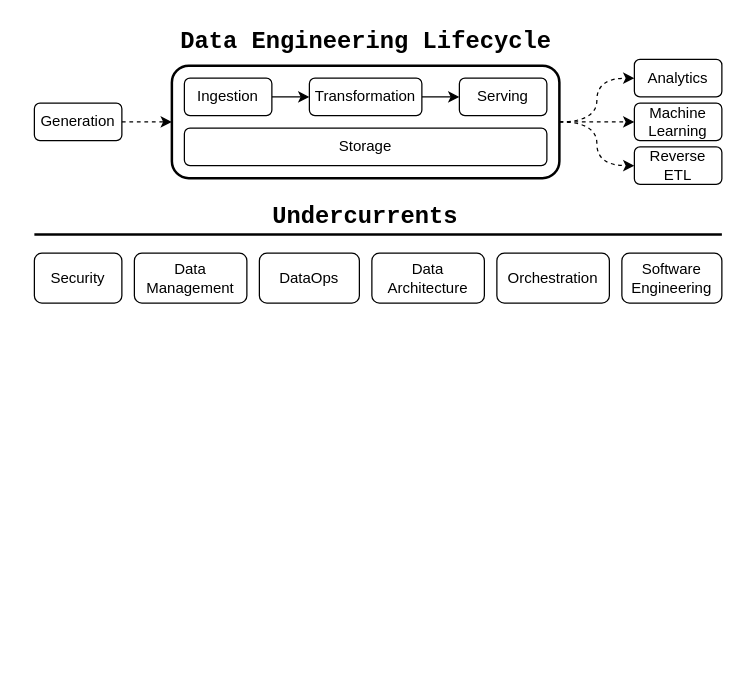
Above: assets/diagrams/dae-common.drawio in ddeutils/ddedocs (draw.io), before the change. Source tidied: cells renumbered, new cells numbered last; positions are measured from the earlier drawing's top-left corner, leaving out a move shared by most shapes. Both pictures are drawn from the tidied source at 125%, with x=0, y=0 at pixel (34, 21).
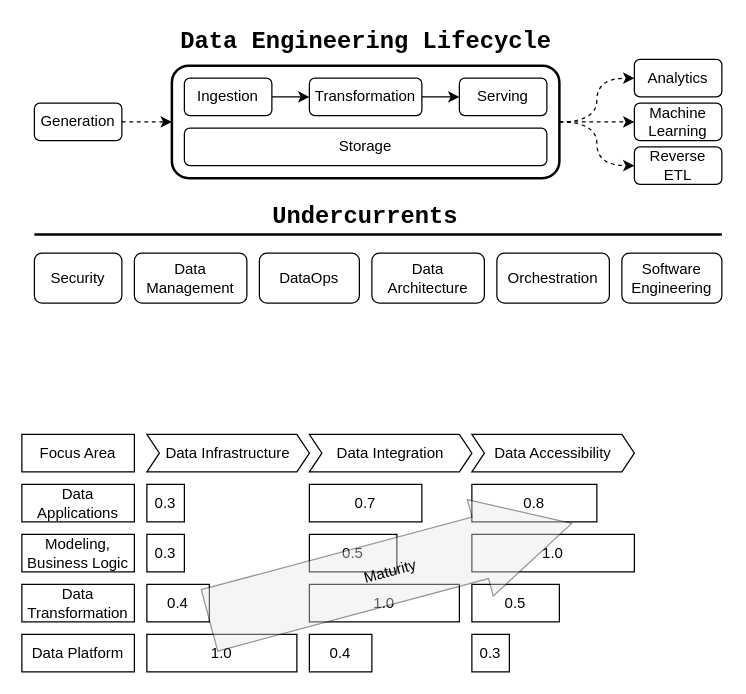
Above is the later version.

What changed in the source:
```diff
@@
+    <mxCell id="26" value="Data Infrastructure" style="shape=step;perimeter=stepPerimeter;whiteSpace=wrap;html=1;fixedSize=1;size=10;" parent="1" vertex="1">
+      <mxGeometry x="90" y="330" width="130" height="30" as="geometry" />
+    </mxCell>
+    <mxCell id="27" value="Focus Area" style="rounded=0;whiteSpace=wrap;html=1;fillColor=default;" parent="1" vertex="1">
+      <mxGeometry x="-10" y="330" width="90" height="30" as="geometry" />
+    </mxCell>
+    <mxCell id="28" value="Data Integration" style="shape=step;perimeter=stepPerimeter;whiteSpace=wrap;html=1;fixedSize=1;size=10;" parent="1" vertex="1">
+      <mxGeometry x="220" y="330" width="130" height="30" as="geometry" />
+    </mxCell>
+    <mxCell id="29" value="Data Accessibility" style="shape=step;perimeter=stepPerimeter;whiteSpace=wrap;html=1;fixedSize=1;size=10;" parent="1" vertex="1">
+      <mxGeometry x="350" y="330" width="130" height="30" as="geometry" />
+    </mxCell>
+    <mxCell id="30" value="Data Applications" style="rounded=0;whiteSpace=wrap;html=1;" parent="1" vertex="1">
+      <mxGeometry x="-10" y="370" width="90" height="30" as="geometry" />
+    </mxCell>
+    <mxCell id="31" value="Modeling, Business Logic" style="rounded=0;whiteSpace=wrap;html=1;" parent="1" vertex="1">
+      <mxGeometry x="-10" y="410" width="90" height="30" as="geometry" />
+    </mxCell>
+    <mxCell id="32" value="Data Transformation" style="rounded=0;whiteSpace=wrap;html=1;" parent="1" vertex="1">
+      <mxGeometry x="-10" y="450" width="90" height="30" as="geometry" />
+    </mxCell>
+    <mxCell id="33" value="Data Platform" style="rounded=0;whiteSpace=wrap;html=1;" parent="1" vertex="1">
+      <mxGeometry x="-10" y="490" width="90" height="30" as="geometry" />
+    </mxCell>
+    <mxCell id="34" value="0.3" style="rounded=0;whiteSpace=wrap;html=1;" parent="1" vertex="1">
+      <mxGeometry x="90" y="370" width="30" height="30" as="geometry" />
+    </mxCell>
+    <mxCell id="35" value="0.3" style="rounded=0;whiteSpace=wrap;html=1;" parent="1" vertex="1">
+      <mxGeometry x="90" y="410" width="30" height="30" as="geometry" />
+    </mxCell>
+    <mxCell id="36" value="0.4" style="rounded=0;whiteSpace=wrap;html=1;" parent="1" vertex="1">
+      <mxGeometry x="90" y="450" width="50" height="30" as="geometry" />
+    </mxCell>
+    <mxCell id="37" value="1.0" style="rounded=0;whiteSpace=wrap;html=1;" parent="1" vertex="1">
+      <mxGeometry x="90" y="490" width="120" height="30" as="geometry" />
+    </mxCell>
+    <mxCell id="38" value="0.7" style="rounded=0;whiteSpace=wrap;html=1;" parent="1" vertex="1">
+      <mxGeometry x="220" y="370" width="90" height="30" as="geometry" />
+    </mxCell>
+    <mxCell id="39" value="0.5" style="rounded=0;whiteSpace=wrap;html=1;" parent="1" vertex="1">
+      <mxGeometry x="220" y="410" width="70" height="30" as="geometry" />
+    </mxCell>
+    <mxCell id="40" value="1.0" style="rounded=0;whiteSpace=wrap;html=1;" parent="1" vertex="1">
+      <mxGeometry x="220" y="450" width="120" height="30" as="geometry" />
+    </mxCell>
+    <mxCell id="41" value="0.4" style="rounded=0;whiteSpace=wrap;html=1;" parent="1" vertex="1">
+      <mxGeometry x="220" y="490" width="50" height="30" as="geometry" />
+    </mxCell>
+    <mxCell id="42" value="0.8" style="rounded=0;whiteSpace=wrap;html=1;" parent="1" vertex="1">
+      <mxGeometry x="350" y="370" width="100" height="30" as="geometry" />
+    </mxCell>
+    <mxCell id="43" value="1.0" style="rounded=0;whiteSpace=wrap;html=1;" parent="1" vertex="1">
+      <mxGeometry x="350" y="410" width="130" height="30" as="geometry" />
+    </mxCell>
+    <mxCell id="44" value="0.5" style="rounded=0;whiteSpace=wrap;html=1;" parent="1" vertex="1">
+      <mxGeometry x="350" y="450" width="70" height="30" as="geometry" />
+    </mxCell>
+    <mxCell id="45" value="0.3" style="rounded=0;whiteSpace=wrap;html=1;" parent="1" vertex="1">
+      <mxGeometry x="350" y="490" width="30" height="30" as="geometry" />
+    </mxCell>
+    <mxCell id="46" value="Maturity" style="shape=singleArrow;whiteSpace=wrap;html=1;rotation=-15;arrowWidth=0.6362938816373471;arrowSize=0.2525101403077794;opacity=40;fillColor=#E6E6E6;" parent="1" vertex="1">
+      <mxGeometry x="135" y="400" width="300" height="80" as="geometry" />
+    </mxCell>
```
